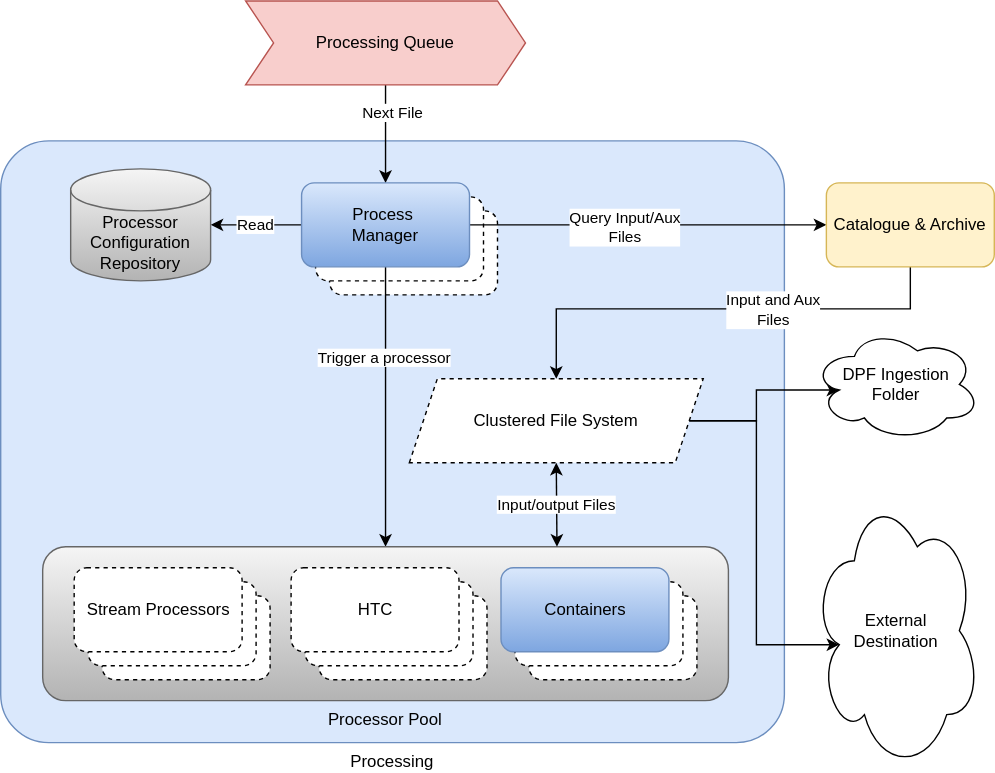
ersandemircioglu/dpf keeps this draw.io diagram as docs/level_1_processing.svg. Above is the earlier version. Source tidied: cells renumbered, new cells last; positions are measured from the earlier drawing's top-left corner, leaving out a move shared by most shapes.
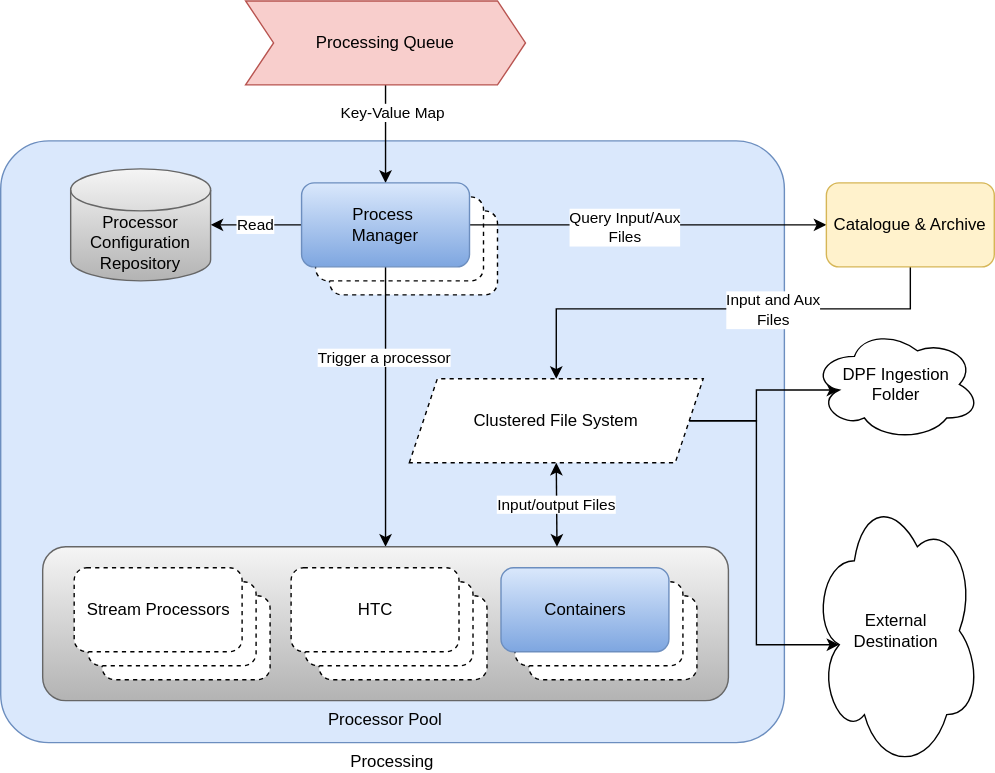
After the commit.

Change to the diagram source:
```diff
@@ -5,7 +5,7 @@
     <mxCell id="2" value="Processing" style="rounded=1;whiteSpace=wrap;html=1;arcSize=8;labelPosition=center;verticalLabelPosition=bottom;align=center;verticalAlign=top;fillColor=#dae8fc;strokeColor=#6c8ebf;" parent="1" vertex="1">
       <mxGeometry y="100" width="560" height="430" as="geometry" />
     </mxCell>
-    <mxCell id="3" value="Next File" style="edgeStyle=orthogonalEdgeStyle;rounded=0;jettySize=auto;html=1;" parent="1" edge="1" source="4" target="12">
+    <mxCell id="3" value="Key-Value Map" style="edgeStyle=orthogonalEdgeStyle;rounded=0;jettySize=auto;html=1;" parent="1" edge="1" source="4" target="12">
       <mxGeometry x="-0.43" y="5" relative="1" as="geometry" />
     </mxCell>
     <mxCell id="4" value="Processing Queue" style="shape=step;perimeter=stepPerimeter;whiteSpace=wrap;html=1;fixedSize=1;fillColor=#f8cecc;strokeColor=#b85450;" parent="1" vertex="1">
```
